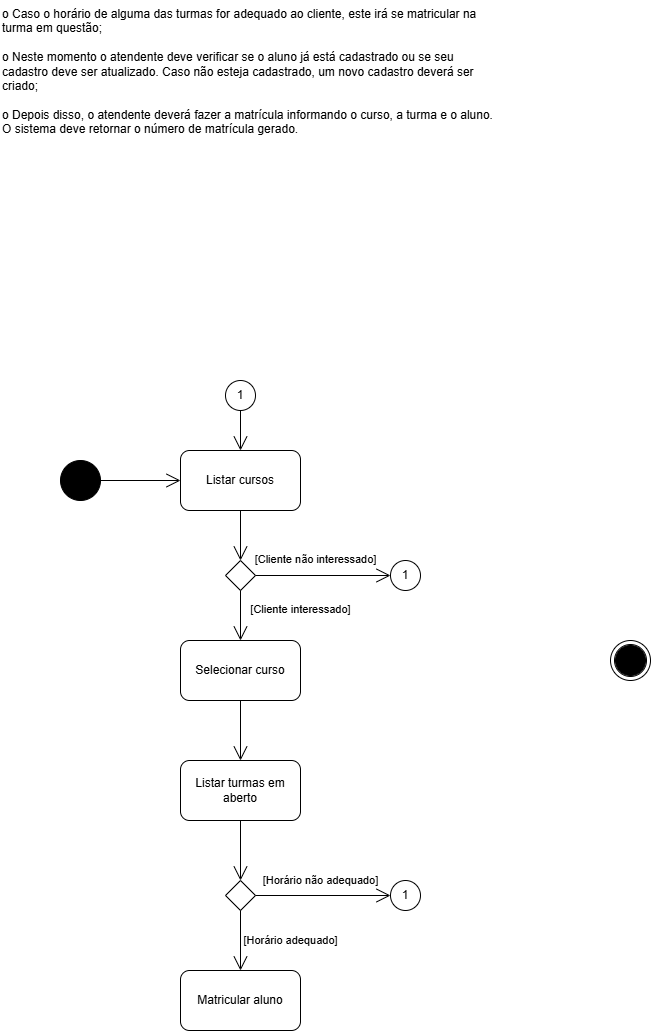
Earlier version of the draw.io export APOO/diagrama_atividade/02_atividade/Controle_de_Cursos.png (joao-marcos-azvd/Estudos-de-programacao). Source tidied: cells renumbered, new cells last; positions are measured from the earlier drawing's top-left corner, leaving out a move shared by most shapes.
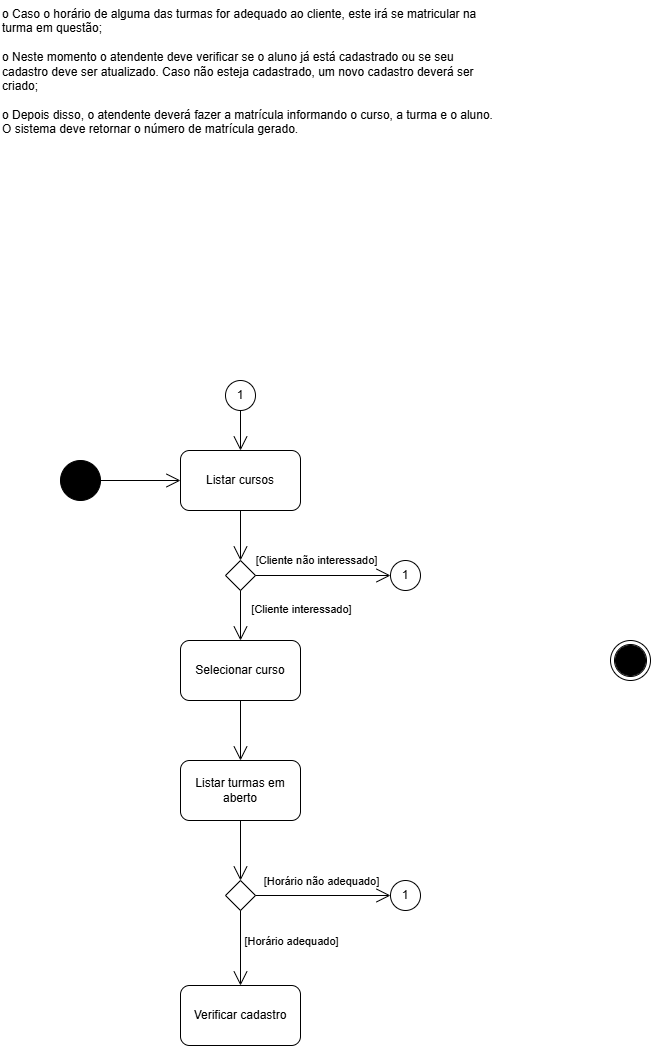
After the change.

Diff of the diagram source:
```diff
@@ -48,8 +48,8 @@
     <mxCell id="15" style="endArrow=open;endFill=1;endSize=12;html=1;rounded=0;exitX=0.5;exitY=1;exitDx=0;exitDy=0;entryX=0.5;entryY=0;entryDx=0;entryDy=0;" parent="1" edge="1" source="10" target="14">
       <mxGeometry relative="1" as="geometry" />
     </mxCell>
-    <mxCell id="16" value="Matricular aluno" style="rounded=1;whiteSpace=wrap;html=1;" parent="1" vertex="1">
-      <mxGeometry x="180" y="970" width="120" height="60" as="geometry" />
+    <mxCell id="16" value="Verificar cadastro" style="rounded=1;whiteSpace=wrap;html=1;" parent="1" vertex="1">
+      <mxGeometry x="180" y="985" width="120" height="60" as="geometry" />
     </mxCell>
     <mxCell id="17" style="rhombus;whiteSpace=wrap;html=1;" parent="1" vertex="1">
       <mxGeometry x="225" y="880" width="30" height="30" as="geometry" />
```
